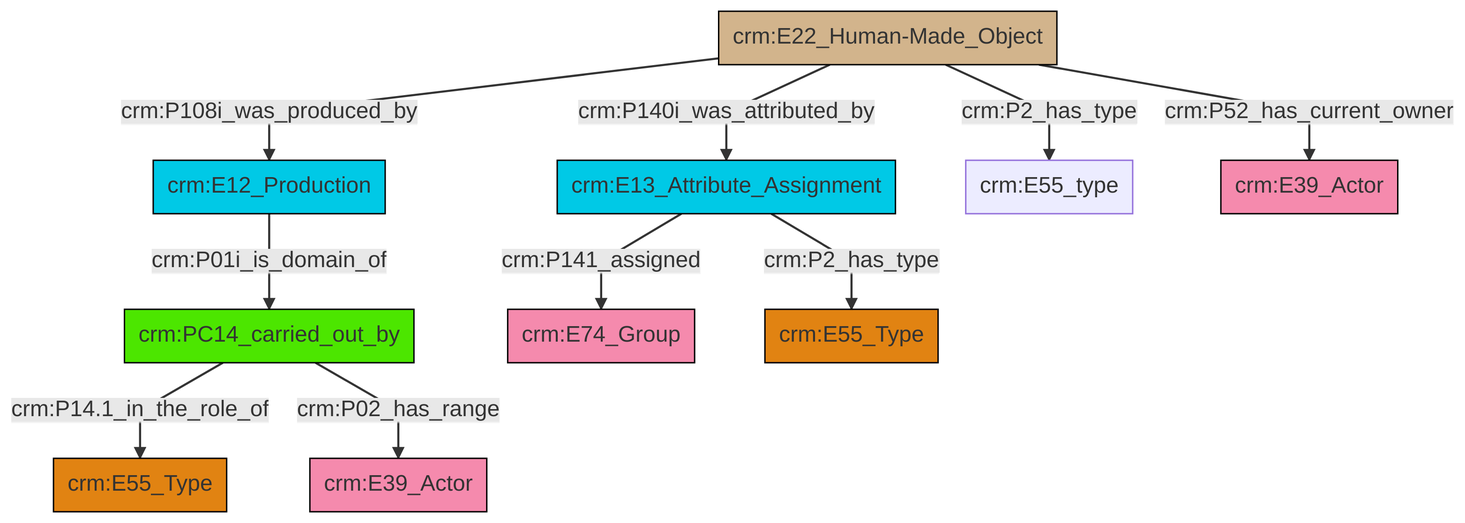
This is et/builtWorkCSV/ttl/mmd/png/Built_Work_actor_relations.png from swiss-art-research-net/docs.swissartresearch, a Mermaid export, as it was before one commit. Its source is kept beside it as et/builtWorkCSV/ttl/mmd/Built_Work_actor_relations.ttl.mmd.
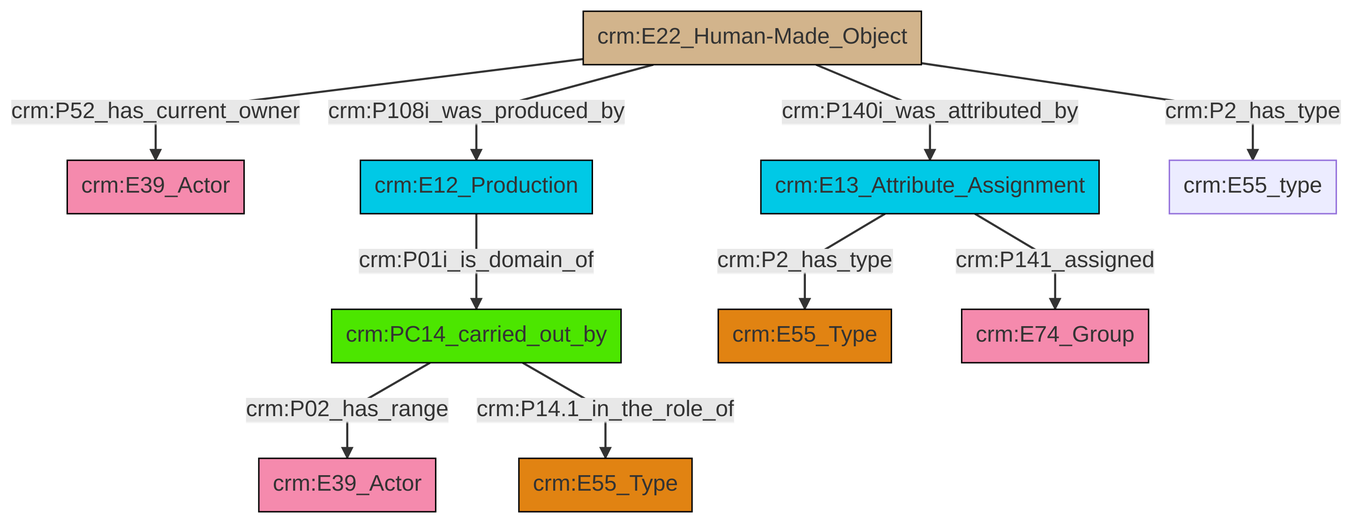
The same diagram one commit later.

The edit, as a diff of the source:
```diff
@@ -13,12 +13,12 @@
 classDef PC_Classes fill:#4ce600, stroke:#000000;
 classDef Multi fill:#cccccc,stroke:#000000;
 
-0["crm:E22_Human-Made_Object"]:::Physical_Thing -->|crm:P108i_was_produced_by| 1["crm:E12_Production"]:::Temporal_Entity
-0["crm:E22_Human-Made_Object"]:::Physical_Thing -->|crm:P140i_was_attributed_by| 2["crm:E13_Attribute_Assignment"]:::Temporal_Entity
-2["crm:E13_Attribute_Assignment"]:::Temporal_Entity -->|crm:P141_assigned| 8["crm:E74_Group"]:::Actor
-9["crm:PC14_carried_out_by"]:::PC_Classes -->|crm:P14.1_in_the_role_of| 5["crm:E55_Type"]:::Type
-0["crm:E22_Human-Made_Object"]:::Physical_Thing -->|crm:P2_has_type| 12["crm:E55_type"]:::Default
-9["crm:PC14_carried_out_by"]:::PC_Classes -->|crm:P02_has_range| 13["crm:E39_Actor"]:::Actor
-0["crm:E22_Human-Made_Object"]:::Physical_Thing -->|crm:P52_has_current_owner| 14["crm:E39_Actor"]:::Actor
-1["crm:E12_Production"]:::Temporal_Entity -->|crm:P01i_is_domain_of| 9["crm:PC14_carried_out_by"]:::PC_Classes
-2["crm:E13_Attribute_Assignment"]:::Temporal_Entity -->|crm:P2_has_type| 10["crm:E55_Type"]:::Type
+0["crm:PC14_carried_out_by"]:::PC_Classes -->|crm:P02_has_range| 1["crm:E39_Actor"]:::Actor
+0["crm:PC14_carried_out_by"]:::PC_Classes -->|crm:P14.1_in_the_role_of| 2["crm:E55_Type"]:::Type
+7["crm:E22_Human-Made_Object"]:::Physical_Thing -->|crm:P140i_was_attributed_by| 8["crm:E13_Attribute_Assignment"]:::Temporal_Entity
+8["crm:E13_Attribute_Assignment"]:::Temporal_Entity -->|crm:P2_has_type| 3["crm:E55_Type"]:::Type
+7["crm:E22_Human-Made_Object"]:::Physical_Thing -->|crm:P108i_was_produced_by| 9["crm:E12_Production"]:::Temporal_Entity
+7["crm:E22_Human-Made_Object"]:::Physical_Thing -->|crm:P52_has_current_owner| 5["crm:E39_Actor"]:::Actor
+9["crm:E12_Production"]:::Temporal_Entity -->|crm:P01i_is_domain_of| 0["crm:PC14_carried_out_by"]:::PC_Classes
+7["crm:E22_Human-Made_Object"]:::Physical_Thing -->|crm:P2_has_type| 17["crm:E55_type"]:::Default
+8["crm:E13_Attribute_Assignment"]:::Temporal_Entity -->|crm:P141_assigned| 13["crm:E74_Group"]:::Actor
```
